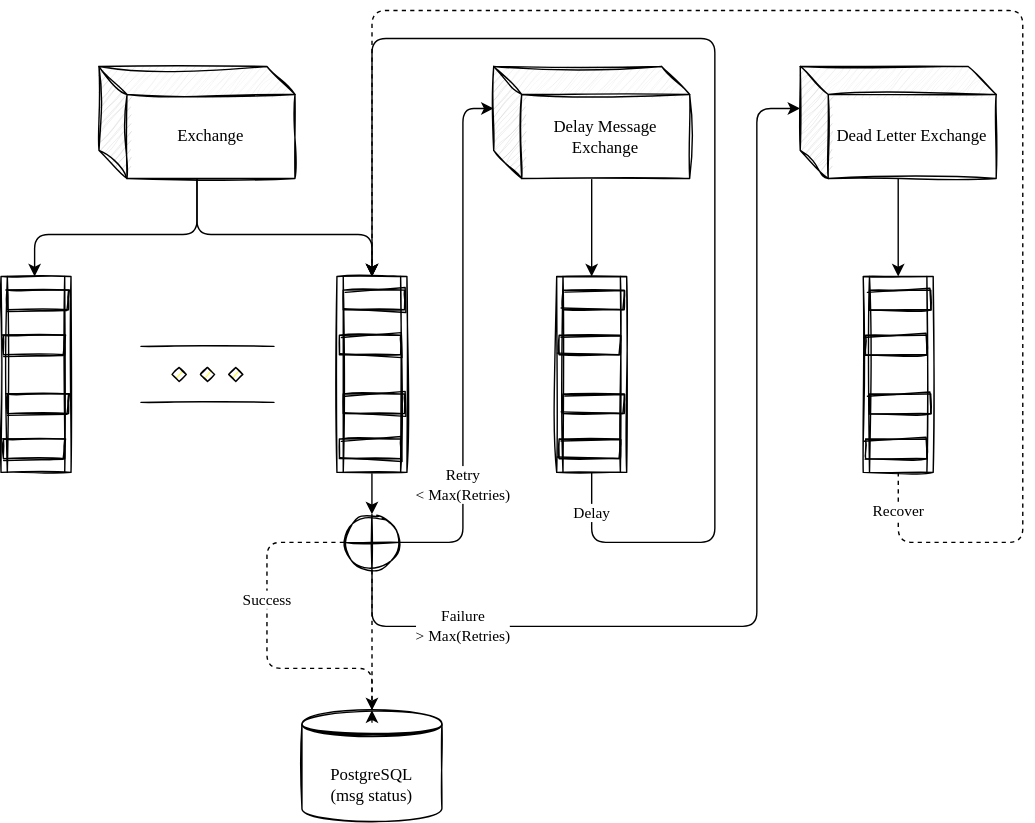
This is app.svg from Jacobbishopxy/pqx, a draw.io export, as it was before one commit. Source tidied: cells renumbered, new cells last; positions are measured from the earlier drawing's top-left corner, leaving out a move shared by most shapes.
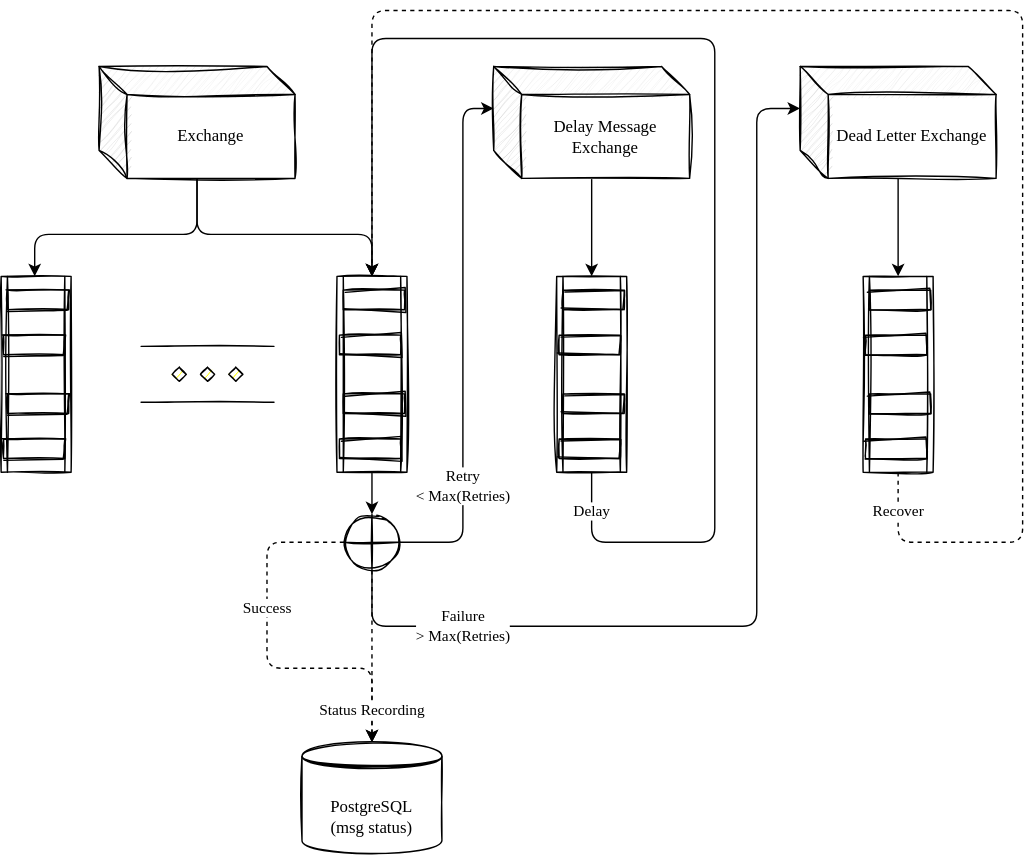
The same file after the commit.

Diff of the diagram source:
```diff
@@ -22,7 +22,7 @@
       <mxGeometry x="70" y="40" width="140" height="80" as="geometry" />
     </mxCell>
     <mxCell id="5" value="PostgreSQL&lt;br&gt;(msg status)" style="shape=datastore;whiteSpace=wrap;html=1;sketch=1;fontFamily=Comic Sans MS;" parent="1" vertex="1">
-      <mxGeometry x="215" y="500" width="100" height="80" as="geometry" />
+      <mxGeometry x="215" y="523" width="100" height="80" as="geometry" />
     </mxCell>
     <mxCell id="6" style="edgeStyle=orthogonalEdgeStyle;html=1;entryX=0.5;entryY=0;entryDx=0;entryDy=0;fontFamily=Comic Sans MS;exitX=0;exitY=0.5;exitDx=0;exitDy=0;exitPerimeter=0;dashed=1;" parent="1" edge="1" source="11" target="5">
       <mxGeometry relative="1" as="geometry">
@@ -46,11 +46,11 @@
         </Array>
       </mxGeometry>
     </mxCell>
-    <mxCell id="9" style="edgeStyle=orthogonalEdgeStyle;html=1;entryX=0.5;entryY=0;entryDx=0;entryDy=0;fontFamily=Comic Sans MS;dashed=1;" parent="1" edge="1" source="11" target="5">
-      <mxGeometry x="-0.13" y="20" relative="1" as="geometry">
+    <mxCell id="9" value="Status Recording" style="edgeStyle=orthogonalEdgeStyle;html=1;entryX=0.5;entryY=0;entryDx=0;entryDy=0;fontFamily=Comic Sans MS;dashed=1;" parent="1" edge="1" source="11" target="5">
+      <mxGeometry x="0.63" relative="1" as="geometry">
         <Array as="points">
-          <mxPoint x="265" y="510" />
-          <mxPoint x="265" y="510" />
+          <mxPoint x="265" y="460" />
+          <mxPoint x="265" y="460" />
         </Array>
       </mxGeometry>
     </mxCell>
```
